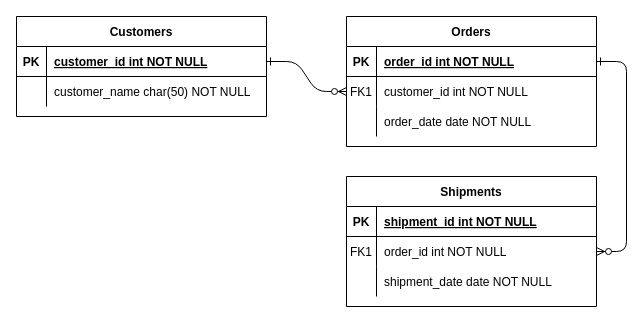
JnCaoxia/java-learn keeps this draw.io diagram as 未命名绘图.drawio. Above is the earlier version. Source tidied: cells renumbered, new cells numbered last; positions are measured from the earlier drawing's top-left corner, leaving out a move shared by most shapes. Both pictures are drawn from the tidied source at 100%, with x=0, y=0 at pixel (16, 16).
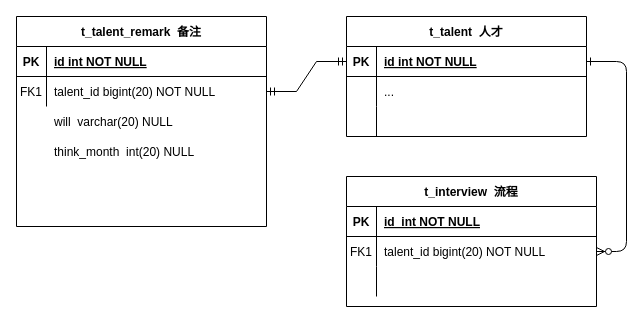
The same diagram, later.

Commit message:
更新未命名绘图.drawio

The change refers to these unchanged cells:
```xml
<mxCell id="15" style="shape=partialRectangle;fillColor=none;top=0;left=0;right=0;bottom=1;" parent="14" vertex="1">
  <mxGeometry y="30" width="250" height="30" as="geometry" />
</mxCell>
<mxCell id="18" style="shape=partialRectangle;fillColor=none;points=[[0,0.5],[1,0.5]];portConstraint=eastwest;top=0;left=0;right=0;bottom=0;" parent="14" vertex="1">
  <mxGeometry y="60" width="250" height="30" as="geometry" />
</mxCell>
<mxCell id="21" style="shape=partialRectangle;fillColor=none;top=0;left=0;right=0;bottom=0;" parent="14" vertex="1">
  <mxGeometry y="90" width="250" height="30" as="geometry" />
</mxCell>
<mxCell id="25" style="shape=partialRectangle;fillColor=none;points=[[0,0.5],[1,0.5]];portConstraint=eastwest;top=0;left=0;right=0;bottom=1;" parent="24" vertex="1">
  <mxGeometry y="30" width="250" height="30" as="geometry" />
</mxCell>
<mxCell id="28" style="shape=partialRectangle;fillColor=none;points=[[0,0.5],[1,0.5]];portConstraint=eastwest;top=0;left=0;right=0;bottom=0;" parent="24" vertex="1">
  <mxGeometry y="60" width="250" height="30" as="geometry" />
</mxCell>
```

The edit, as a diff of the source:
```diff
@@
-    <mxCell id="2" style="edgeStyle=entityRelationEdgeStyle;endArrow=ERzeroToMany;startArrow=ERone;endFill=1;startFill=0;" parent="1" edge="1" source="25" target="8">
-      <mxGeometry relative="1" as="geometry" />
-    </mxCell>
@@
-    <mxCell id="4" value="Orders" style="shape=table;startSize=30;childLayout=tableLayout;rowLines=0;fontStyle=1;align=center;" parent="1" vertex="1">
-      <mxGeometry x="330" width="250" height="130" as="geometry" />
+    <mxCell id="4" value="t_talent  人才" style="shape=table;startSize=30;childLayout=tableLayout;rowLines=0;fontStyle=1;align=center;" parent="1" vertex="1">
+      <mxGeometry x="330" width="240" height="120" as="geometry" />
     </mxCell>
     <mxCell id="5" style="shape=partialRectangle;fillColor=none;points=[[0,0.5],[1,0.5]];portConstraint=eastwest;top=0;left=0;right=0;bottom=1;" parent="4" vertex="1">
-      <mxGeometry y="30" width="250" height="30" as="geometry" />
+      <mxGeometry y="30" width="240" height="30" as="geometry" />
     </mxCell>
@@
-    <mxCell id="7" value="order_id int NOT NULL " style="shape=partialRectangle;overflow=hidden;fillColor=none;top=0;left=0;bottom=0;right=0;align=left;spacingLeft=6;fontStyle=5;" parent="5" vertex="1">
-      <mxGeometry x="30" width="220" height="30" as="geometry" />
+    <mxCell id="7" value="id int NOT NULL " style="shape=partialRectangle;overflow=hidden;fillColor=none;top=0;left=0;bottom=0;right=0;align=left;spacingLeft=6;fontStyle=5;" parent="5" vertex="1">
+      <mxGeometry x="30" width="210" height="30" as="geometry" />
     </mxCell>
     <mxCell id="8" style="shape=partialRectangle;fillColor=none;points=[[0,0.5],[1,0.5]];portConstraint=eastwest;top=0;left=0;right=0;bottom=0;" parent="4" vertex="1">
-      <mxGeometry y="60" width="250" height="30" as="geometry" />
+      <mxGeometry y="60" width="240" height="30" as="geometry" />
     </mxCell>
-    <mxCell id="9" value="FK1" style="shape=partialRectangle;overflow=hidden;fillColor=none;top=0;left=0;bottom=0;right=0;" parent="8" vertex="1">
+    <mxCell id="9" style="shape=partialRectangle;overflow=hidden;fillColor=none;top=0;left=0;bottom=0;right=0;" parent="8" vertex="1">
       <mxGeometry width="30" height="30" as="geometry" />
     </mxCell>
-    <mxCell id="10" value="customer_id int NOT NULL" style="shape=partialRectangle;overflow=hidden;fillColor=none;top=0;left=0;bottom=0;right=0;align=left;spacingLeft=6;" parent="8" vertex="1">
-      <mxGeometry x="30" width="220" height="30" as="geometry" />
+    <mxCell id="10" value="..." style="shape=partialRectangle;overflow=hidden;fillColor=none;top=0;left=0;bottom=0;right=0;align=left;spacingLeft=6;" parent="8" vertex="1">
+      <mxGeometry x="30" width="210" height="30" as="geometry" />
     </mxCell>
     <mxCell id="11" style="shape=partialRectangle;fillColor=none;top=0;left=0;right=0;bottom=0;" parent="4" vertex="1">
-      <mxGeometry y="90" width="250" height="30" as="geometry" />
+      <mxGeometry y="90" width="240" height="30" as="geometry" />
     </mxCell>
@@
-    <mxCell id="13" value="order_date date NOT NULL" style="shape=partialRectangle;overflow=hidden;fillColor=none;top=0;left=0;bottom=0;right=0;align=left;spacingLeft=6;" parent="11" vertex="1">
-      <mxGeometry x="30" width="220" height="30" as="geometry" />
+    <mxCell id="13" style="shape=partialRectangle;overflow=hidden;fillColor=none;top=0;left=0;bottom=0;right=0;align=left;spacingLeft=6;" parent="11" vertex="1">
+      <mxGeometry x="30" width="210" height="30" as="geometry" />
     </mxCell>
-    <mxCell id="14" value="Shipments" style="shape=table;startSize=30;childLayout=tableLayout;rowLines=0;fontStyle=1;align=center;" parent="1" vertex="1">
+    <mxCell id="14" value="t_interview  流程" style="shape=table;startSize=30;childLayout=tableLayout;rowLines=0;fontStyle=1;align=center;" parent="1" vertex="1">
       <mxGeometry x="330" y="160" width="250" height="130" as="geometry" />
     </mxCell>
@@
-    <mxCell id="17" value="shipment_id int NOT NULL " style="shape=partialRectangle;overflow=hidden;fillColor=none;top=0;left=0;bottom=0;right=0;align=left;spacingLeft=6;fontStyle=5;" parent="15" vertex="1">
+    <mxCell id="17" value="id  int NOT NULL" style="shape=partialRectangle;overflow=hidden;fillColor=none;top=0;left=0;bottom=0;right=0;align=left;spacingLeft=6;fontStyle=5;" parent="15" vertex="1">
       <mxGeometry x="30" width="220" height="30" as="geometry" />
     </mxCell>
@@
-    <mxCell id="20" value="order_id int NOT NULL" style="shape=partialRectangle;overflow=hidden;fillColor=none;top=0;left=0;bottom=0;right=0;align=left;spacingLeft=6;" parent="18" vertex="1">
+    <mxCell id="20" value="talent_id bigint(20) NOT NULL" style="shape=partialRectangle;overflow=hidden;fillColor=none;top=0;left=0;bottom=0;right=0;align=left;spacingLeft=6;" parent="18" vertex="1">
       <mxGeometry x="30" width="220" height="30" as="geometry" />
     </mxCell>
@@
-    <mxCell id="23" value="shipment_date date NOT NULL" style="shape=partialRectangle;overflow=hidden;fillColor=none;top=0;left=0;bottom=0;right=0;align=left;spacingLeft=6;" parent="21" vertex="1">
+    <mxCell id="23" style="shape=partialRectangle;overflow=hidden;fillColor=none;top=0;left=0;bottom=0;right=0;align=left;spacingLeft=6;" parent="21" vertex="1">
       <mxGeometry x="30" width="220" height="30" as="geometry" />
     </mxCell>
-    <mxCell id="24" value="Customers" style="shape=table;startSize=30;childLayout=tableLayout;rowLines=0;fontStyle=1;align=center;" parent="1" vertex="1">
-      <mxGeometry width="250" height="100" as="geometry" />
+    <mxCell id="24" value="t_talent_remark  备注" style="shape=table;startSize=30;childLayout=tableLayout;rowLines=0;fontStyle=1;align=center;" parent="1" vertex="1">
+      <mxGeometry width="250" height="210" as="geometry" />
     </mxCell>
@@
-    <mxCell id="27" value="customer_id int NOT NULL " style="shape=partialRectangle;overflow=hidden;fillColor=none;top=0;left=0;bottom=0;right=0;align=left;spacingLeft=6;fontStyle=5;" parent="25" vertex="1">
+    <mxCell id="27" value="id int NOT NULL " style="shape=partialRectangle;overflow=hidden;fillColor=none;top=0;left=0;bottom=0;right=0;align=left;spacingLeft=6;fontStyle=5;" parent="25" vertex="1">
       <mxGeometry x="30" width="220" height="30" as="geometry" />
     </mxCell>
@@
-    <mxCell id="29" style="shape=partialRectangle;overflow=hidden;fillColor=none;top=0;left=0;bottom=0;right=0;" parent="28" vertex="1">
+    <mxCell id="29" value="FK1" style="shape=partialRectangle;overflow=hidden;fillColor=none;top=0;left=0;bottom=0;right=0;" parent="28" vertex="1">
       <mxGeometry width="30" height="30" as="geometry" />
     </mxCell>
-    <mxCell id="30" value="customer_name char(50) NOT NULL" style="shape=partialRectangle;overflow=hidden;fillColor=none;top=0;left=0;bottom=0;right=0;align=left;spacingLeft=6;" parent="28" vertex="1">
+    <mxCell id="30" value="talent_id bigint(20) NOT NULL" style="shape=partialRectangle;overflow=hidden;fillColor=none;top=0;left=0;bottom=0;right=0;align=left;spacingLeft=6;" parent="28" vertex="1">
       <mxGeometry x="30" width="220" height="30" as="geometry" />
     </mxCell>
+    <mxCell id="31" value="will  varchar(20) NULL" style="shape=partialRectangle;overflow=hidden;fillColor=none;top=0;left=0;bottom=0;right=0;align=left;spacingLeft=6;" parent="1" vertex="1">
+      <mxGeometry x="30" y="90" width="220" height="30" as="geometry" />
+    </mxCell>
+    <mxCell id="32" style="edgeStyle=entityRelationEdgeStyle;fontSize=12;html=1;endArrow=ERmandOne;startArrow=ERmandOne;rounded=0;entryX=0;entryY=0.5;entryDx=0;entryDy=0;exitX=1;exitY=0.5;exitDx=0;exitDy=0;" parent="1" edge="1" source="28" target="5">
+      <mxGeometry relative="1" as="geometry" />
+    </mxCell>
+    <mxCell id="33" value="think_month  int(20) NULL" style="shape=partialRectangle;overflow=hidden;fillColor=none;top=0;left=0;bottom=0;right=0;align=left;spacingLeft=6;" parent="1" vertex="1">
+      <mxGeometry x="30" y="120" width="220" height="30" as="geometry" />
+    </mxCell>
```
